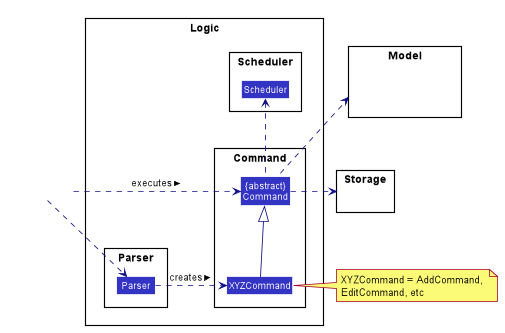
Earlier version of the PlantUML export docs/DG_Images/LogicClassDiagram.png (nus-cs2113-AY2021S1/tp).
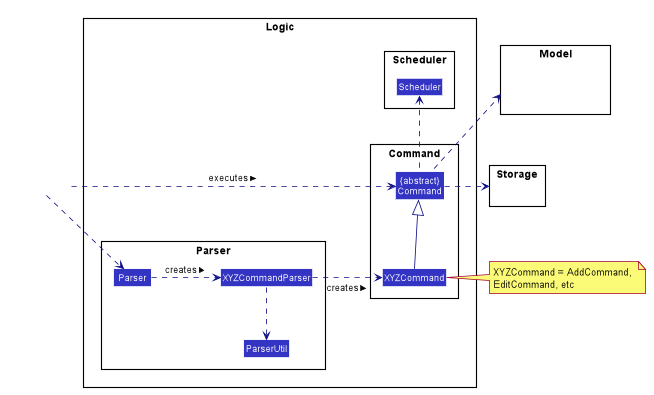
After the commit.

Commit message:
Updated diagrams for Logic Component

What changed in the source:
```diff
@@ -55,6 +55,8 @@
 
 package Parser {
 Class Parser
+Class XYZCommandParser
+Class ParserUtil
 }
 
 package Command {
@@ -78,7 +80,11 @@
 Class HiddenOutside #FFFFFF
 HiddenOutside .right.> Parser
 
-Parser .right.> XYZCommand : creates >
+Parser .right.> XYZCommandParser : creates >
+
+XYZCommandParser .down.> ParserUtil
+
+XYZCommandParser .right.> XYZCommand : creates >
 
 HiddenOutside .right.> Command : executes >
 
```
